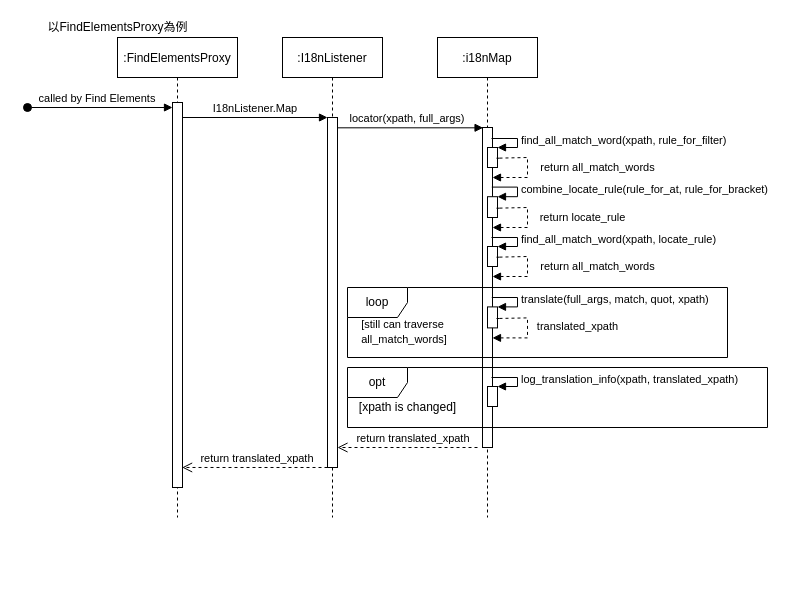
Rexmen/i18n keeps this draw.io diagram as page "xpath翻譯邏輯" (1 of 4) of UML/i18n sequence diagram.drawio. Above is the earlier version. Source tidied: cells renumbered, new cells numbered last; positions are measured from the earlier drawing's top-left corner, leaving out a move shared by most shapes. Both pictures are drawn from the tidied source at 100%, with x=0, y=0 at pixel (27, 17).
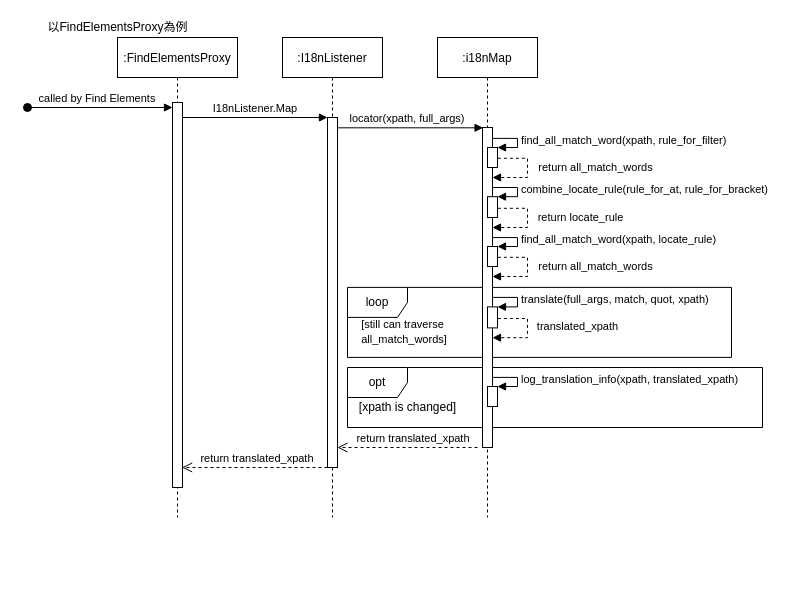
The same diagram, later.

Unchanged cells that the change refers to:
```xml
<mxCell id="10" style="group;" parent="1" vertex="1">
  <mxGeometry x="400" y="20" width="340" height="550" as="geometry" />
</mxCell>
<mxCell id="11" value=":i18nMap" style="shape=umlLifeline;perimeter=lifelinePerimeter;rounded=0;shadow=0;strokeWidth=1;" parent="10" vertex="1">
  <mxGeometry x="10" width="100" height="480" as="geometry" />
</mxCell>
<mxCell id="12" style="points=[];perimeter=orthogonalPerimeter;rounded=0;shadow=0;strokeWidth=1;" parent="11" vertex="1">
  <mxGeometry x="45" y="90" width="10" height="320" as="geometry" />
</mxCell>
<mxCell id="17" style="group;" parent="10" vertex="1">
  <mxGeometry x="60" y="150" width="30" height="50" as="geometry" />
</mxCell>
<mxCell id="27" style="group;" parent="10" vertex="1">
  <mxGeometry x="60" y="260.4" width="30" height="49" as="geometry" />
</mxCell>
```

What changed in the source:
```diff
@@
+    <mxCell id="32" value="opt" style="shape=umlFrame;whiteSpace=wrap;html=1;" parent="10" vertex="1">
+      <mxGeometry x="-80" y="330" width="415" height="60" as="geometry" />
+    </mxCell>
+    <mxCell id="37" value="loop" style="shape=umlFrame;whiteSpace=wrap;html=1;" parent="10" vertex="1">
+      <mxGeometry x="-80" y="249.9" width="384" height="70" as="geometry" />
+    </mxCell>
@@
-    <mxCell id="13" style="html=1;points=[];perimeter=orthogonalPerimeter;" parent="11" vertex="1">
-      <mxGeometry x="50" y="110" width="10" height="20" as="geometry" />
-    </mxCell>
@@
-    <mxCell id="15" value="log_translation_info(xpath, translated_xpath)" style="edgeStyle=orthogonalEdgeStyle;html=1;align=left;spacingLeft=2;endArrow=block;rounded=0;" parent="11" edge="1">
+    <mxCell id="15" value="log_translation_info(xpath, translated_xpath)" style="edgeStyle=orthogonalEdgeStyle;html=1;align=left;spacingLeft=2;endArrow=block;rounded=0;exitX=1.022;exitY=0.781;exitDx=0;exitDy=0;exitPerimeter=0;" parent="11" edge="1" source="12">
       <mxGeometry relative="1" as="geometry">
-        <mxPoint x="54" y="340" as="sourcePoint" />
         <mxPoint x="60" y="349" as="targetPoint" />
         <Array as="points">
           <mxPoint x="80" y="340" />
           <mxPoint x="80" y="349" />
         </Array>
       </mxGeometry>
     </mxCell>
-    <mxCell id="16" value="find_all_match_word(xpath, rule_for_filter)" style="edgeStyle=orthogonalEdgeStyle;html=1;align=left;spacingLeft=2;endArrow=block;rounded=0;" parent="10" edge="1">
+    <mxCell id="16" value="find_all_match_word(xpath, rule_for_filter)" style="edgeStyle=orthogonalEdgeStyle;html=1;align=left;spacingLeft=2;endArrow=block;rounded=0;exitX=1.027;exitY=0.034;exitDx=0;exitDy=0;exitPerimeter=0;" parent="10" edge="1" source="12">
       <mxGeometry relative="1" as="geometry">
-        <mxPoint x="64" y="101" as="sourcePoint" />
         <mxPoint x="70" y="110" as="targetPoint" />
         <Array as="points">
           <mxPoint x="90" y="101" />
           <mxPoint x="90" y="110" />
         </Array>
       </mxGeometry>
     </mxCell>
@@
-    <mxCell id="19" value="combine_locate_rule(rule_for_at, rule_for_bracket)" style="edgeStyle=orthogonalEdgeStyle;html=1;align=left;spacingLeft=2;endArrow=block;rounded=0;exitX=0.933;exitY=0.071;exitDx=0;exitDy=0;exitPerimeter=0;" parent="17" edge="1">
+    <mxCell id="19" value="combine_locate_rule(rule_for_at, rule_for_bracket)" style="edgeStyle=orthogonalEdgeStyle;html=1;align=left;spacingLeft=2;endArrow=block;rounded=0;" parent="17" edge="1">
       <mxGeometry relative="1" as="geometry">
-        <mxPoint x="4.3" y="-0.4" as="sourcePoint" />
+        <mxPoint x="5" as="sourcePoint" />
         <mxPoint x="10" y="9.2" as="targetPoint" />
         <Array as="points">
           <mxPoint x="30" />
           <mxPoint x="30" y="9.2" />
         </Array>
       </mxGeometry>
     </mxCell>
-    <mxCell id="20" style="edgeStyle=orthogonalEdgeStyle;html=1;align=left;spacingLeft=2;endArrow=block;rounded=0;exitX=1.197;exitY=0.534;exitDx=0;exitDy=0;exitPerimeter=0;dashed=1;" parent="10" edge="1">
-      <mxGeometry x="-360" y="-30" as="geometry">
-        <mxPoint x="72" y="170.7" as="sourcePoint" />
-        <mxPoint x="65" y="190" as="targetPoint" />
-        <Array as="points">
-          <mxPoint x="69" y="171" />
-          <mxPoint x="100" y="170" />
-          <mxPoint x="100" y="184" />
-        </Array>
-        <mxPoint x="81" y="7" as="offset" />
-      </mxGeometry>
-    </mxCell>
-    <mxCell id="21" style="edgeStyle=orthogonalEdgeStyle;html=1;align=left;spacingLeft=2;endArrow=block;rounded=0;exitX=1.197;exitY=0.534;exitDx=0;exitDy=0;exitPerimeter=0;dashed=1;" parent="10" edge="1">
+    <mxCell id="21" style="edgeStyle=orthogonalEdgeStyle;html=1;align=left;spacingLeft=2;endArrow=block;rounded=0;exitX=1.042;exitY=0.538;exitDx=0;exitDy=0;exitPerimeter=0;dashed=1;" parent="10" edge="1" source="13">
       <mxGeometry x="-730" y="-160" as="geometry">
-        <mxPoint x="72" y="120.7" as="sourcePoint" />
         <mxPoint x="65" y="140" as="targetPoint" />
         <Array as="points">
-          <mxPoint x="69" y="121" />
-          <mxPoint x="100" y="120" />
-          <mxPoint x="100" y="134" />
+          <mxPoint x="100" y="121" />
+          <mxPoint x="100" y="140" />
         </Array>
         <mxPoint x="81" y="7" as="offset" />
       </mxGeometry>
     </mxCell>
@@
-    <mxCell id="23" value="find_all_match_word(xpath, locate_rule)" style="edgeStyle=orthogonalEdgeStyle;html=1;align=left;spacingLeft=2;endArrow=block;rounded=0;" parent="10" edge="1">
+    <mxCell id="23" value="find_all_match_word(xpath, locate_rule)" style="edgeStyle=orthogonalEdgeStyle;html=1;align=left;spacingLeft=2;endArrow=block;rounded=0;exitX=1;exitY=0.344;exitDx=0;exitDy=0;exitPerimeter=0;" parent="10" edge="1" source="12">
       <mxGeometry relative="1" as="geometry">
-        <mxPoint x="64" y="200" as="sourcePoint" />
         <mxPoint x="70" y="209" as="targetPoint" />
         <Array as="points">
           <mxPoint x="90" y="200" />
           <mxPoint x="90" y="209" />
         </Array>
       </mxGeometry>
     </mxCell>
-    <mxCell id="24" style="edgeStyle=orthogonalEdgeStyle;html=1;align=left;spacingLeft=2;endArrow=block;rounded=0;exitX=1.197;exitY=0.534;exitDx=0;exitDy=0;exitPerimeter=0;dashed=1;" parent="10" edge="1">
-      <mxGeometry x="-1100" y="-141" as="geometry">
-        <mxPoint x="72" y="219.7" as="sourcePoint" />
-        <mxPoint x="65" y="239" as="targetPoint" />
-        <Array as="points">
-          <mxPoint x="69" y="220" />
-          <mxPoint x="100" y="219" />
-          <mxPoint x="100" y="233" />
-        </Array>
-        <mxPoint x="81" y="7" as="offset" />
-      </mxGeometry>
-    </mxCell>
     <mxCell id="25" value="&lt;span style=&quot;font-size: 11px ; text-align: left ; background-color: rgb(255 , 255 , 255)&quot;&gt;return all_match_words&lt;/span&gt;" style="text;html=1;align=center;verticalAlign=middle;strokeColor=none;" parent="10" vertex="1">
-      <mxGeometry x="100" y="219" width="140" height="20" as="geometry" />
+      <mxGeometry x="98" y="219" width="140" height="20" as="geometry" />
     </mxCell>
@@
-    <mxCell id="29" value="translate(full_args, match, quot, xpath)" style="edgeStyle=orthogonalEdgeStyle;html=1;align=left;spacingLeft=2;endArrow=block;rounded=0;exitX=0.933;exitY=0.071;exitDx=0;exitDy=0;exitPerimeter=0;" parent="27" edge="1">
+    <mxCell id="29" value="translate(full_args, match, quot, xpath)" style="edgeStyle=orthogonalEdgeStyle;html=1;align=left;spacingLeft=2;endArrow=block;rounded=0;exitX=0.99;exitY=0.531;exitDx=0;exitDy=0;exitPerimeter=0;" parent="27" edge="1" source="12">
       <mxGeometry relative="1" as="geometry">
-        <mxPoint x="4.3" y="-0.4" as="sourcePoint" />
         <mxPoint x="10" y="9" as="targetPoint" />
         <Array as="points">
           <mxPoint x="30" />
           <mxPoint x="30" y="9" />
         </Array>
       </mxGeometry>
     </mxCell>
-    <mxCell id="30" style="edgeStyle=orthogonalEdgeStyle;html=1;align=left;spacingLeft=2;endArrow=block;rounded=0;exitX=1.197;exitY=0.534;exitDx=0;exitDy=0;exitPerimeter=0;dashed=1;" parent="10" edge="1">
-      <mxGeometry x="-1470" y="-159.6" as="geometry">
-        <mxPoint x="72" y="281" as="sourcePoint" />
-        <mxPoint x="65" y="300.4" as="targetPoint" />
-        <Array as="points">
-          <mxPoint x="69" y="281.4" />
-          <mxPoint x="100" y="280.4" />
-          <mxPoint x="100" y="294.4" />
-        </Array>
-        <mxPoint x="81" y="7" as="offset" />
-      </mxGeometry>
-    </mxCell>
@@
-    <mxCell id="32" value="opt" style="shape=umlFrame;whiteSpace=wrap;html=1;" parent="10" vertex="1">
-      <mxGeometry x="-80" y="330" width="420" height="60" as="geometry" />
-    </mxCell>
@@
+    <mxCell id="13" style="html=1;points=[];perimeter=orthogonalPerimeter;" parent="10" vertex="1">
+      <mxGeometry x="60" y="110" width="10" height="20" as="geometry" />
+    </mxCell>
-    <mxCell id="35" value="&lt;span style=&quot;font-size: 11px ; text-align: left ; background-color: rgb(255 , 255 , 255)&quot;&gt;return all_match_words&lt;/span&gt;" style="text;html=1;align=center;verticalAlign=middle;strokeColor=none;" parent="1" vertex="1">
-      <mxGeometry x="500" y="140" width="140" height="20" as="geometry" />
+    <mxCell id="35" value="&lt;span style=&quot;font-size: 11px ; text-align: left ; background-color: rgb(255 , 255 , 255)&quot;&gt;return all_match_words&lt;/span&gt;" style="text;html=1;align=center;verticalAlign=middle;strokeColor=none;" parent="10" vertex="1">
+      <mxGeometry x="98" y="120" width="140" height="20" as="geometry" />
     </mxCell>
-    <mxCell id="36" value="&lt;span style=&quot;font-size: 11px ; text-align: left ; background-color: rgb(255 , 255 , 255)&quot;&gt;return locate_rule&lt;/span&gt;" style="text;html=1;align=center;verticalAlign=middle;strokeColor=none;" parent="1" vertex="1">
-      <mxGeometry x="500" y="190" width="110" height="20" as="geometry" />
+    <mxCell id="36" value="&lt;span style=&quot;font-size: 11px ; text-align: left ; background-color: rgb(255 , 255 , 255)&quot;&gt;return locate_rule&lt;/span&gt;" style="text;html=1;align=center;verticalAlign=middle;strokeColor=none;" parent="10" vertex="1">
+      <mxGeometry x="98" y="170" width="110" height="20" as="geometry" />
     </mxCell>
-    <mxCell id="37" value="loop" style="shape=umlFrame;whiteSpace=wrap;html=1;" parent="1" vertex="1">
-      <mxGeometry x="320" y="270" width="380" height="70" as="geometry" />
-    </mxCell>
+    <mxCell id="39" style="edgeStyle=orthogonalEdgeStyle;html=1;align=left;spacingLeft=2;endArrow=block;rounded=0;exitX=1.042;exitY=0.538;exitDx=0;exitDy=0;exitPerimeter=0;dashed=1;" parent="10" edge="1">
+      <mxGeometry x="-1100" y="-141" as="geometry">
+        <mxPoint x="70.4" y="219.8" as="sourcePoint" />
+        <mxPoint x="65" y="239" as="targetPoint" />
+        <Array as="points">
+          <mxPoint x="100" y="220" />
+          <mxPoint x="100" y="239" />
+        </Array>
+        <mxPoint x="81" y="7" as="offset" />
+      </mxGeometry>
+    </mxCell>
@@
+    <mxCell id="40" style="edgeStyle=orthogonalEdgeStyle;html=1;align=left;spacingLeft=2;endArrow=block;rounded=0;exitX=1.042;exitY=0.538;exitDx=0;exitDy=0;exitPerimeter=0;dashed=1;" parent="1" edge="1">
+      <mxGeometry x="-730" y="-110" as="geometry">
+        <mxPoint x="470.4" y="190.8" as="sourcePoint" />
+        <mxPoint x="465" y="210" as="targetPoint" />
+        <Array as="points">
+          <mxPoint x="500" y="191" />
+          <mxPoint x="500" y="210" />
+        </Array>
+        <mxPoint x="81" y="7" as="offset" />
+      </mxGeometry>
+    </mxCell>
+    <mxCell id="41" style="edgeStyle=orthogonalEdgeStyle;html=1;align=left;spacingLeft=2;endArrow=block;rounded=0;exitX=1.042;exitY=0.538;exitDx=0;exitDy=0;exitPerimeter=0;dashed=1;" parent="1" edge="1">
+      <mxGeometry x="-1100" y="-79.8" as="geometry">
+        <mxPoint x="470.4" y="301" as="sourcePoint" />
+        <mxPoint x="465" y="320.2" as="targetPoint" />
+        <Array as="points">
+          <mxPoint x="500" y="301.2" />
+          <mxPoint x="500" y="320.2" />
+        </Array>
+        <mxPoint x="81" y="7" as="offset" />
+      </mxGeometry>
+    </mxCell>
```
